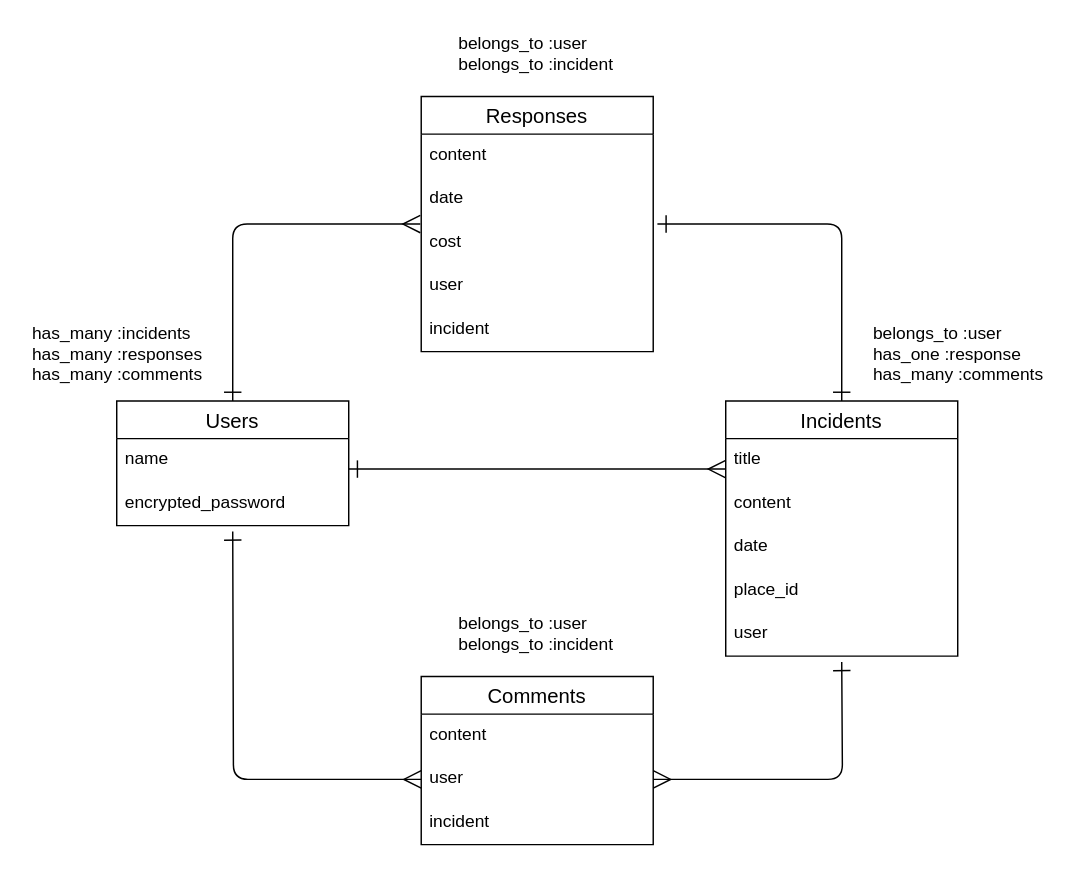
Above: er-diagram.dio in kkoemna/incident-log (draw.io), before the change. Source tidied: cells renumbered, new cells numbered last; positions are measured from the earlier drawing's top-left corner, leaving out a move shared by most shapes. Both pictures are drawn from the tidied source at 145%, with x=0, y=0 at pixel (23, 23).
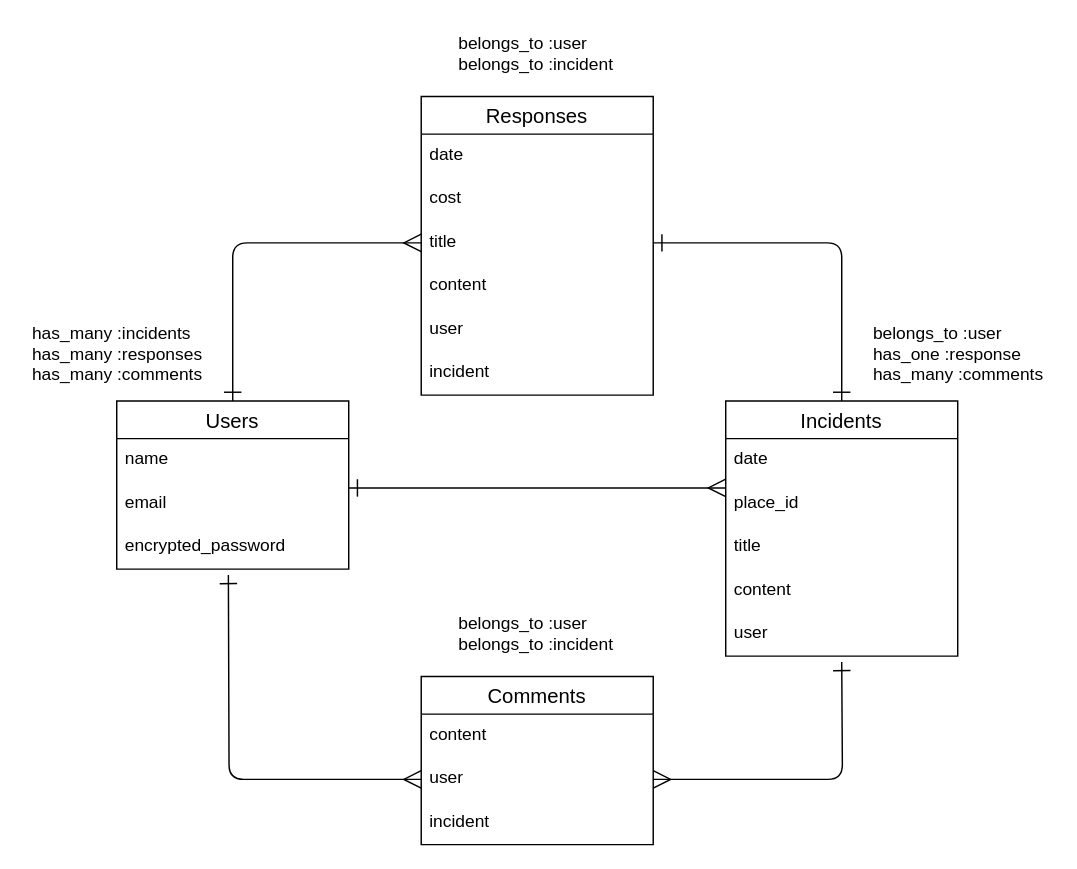
After the change.

Commit message (it also covers changes not shown here):
READMEとER図の修正

Unchanged cells that the change refers to:
```xml
<mxCell id="7" value="Incidents" style="swimlane;fontStyle=0;horizontal=1;startSize=26;align=center;fontSize=14;" parent="1" vertex="1">
  <mxGeometry x="484" y="260" width="160" height="176" as="geometry" />
</mxCell>
<mxCell id="21" value="user" style="text;strokeColor=none;fillColor=none;spacingLeft=4;spacingRight=4;overflow=hidden;points=[[0,0.5],[1,0.5]];portConstraint=eastwest;fontSize=12;" parent="19" vertex="1">
  <mxGeometry y="56" width="160" height="30" as="geometry" />
</mxCell>
```

The edit, as a diff of the source:
```diff
@@
-    <mxCell id="2" style="edgeStyle=orthogonalEdgeStyle;html=1;exitX=0.5;exitY=0;exitDx=0;exitDy=0;entryX=-0.004;entryY=0.067;entryDx=0;entryDy=0;entryPerimeter=0;startArrow=ERone;startFill=0;endArrow=ERmany;endFill=0;startSize=10;endSize=10;" parent="1" edge="1" source="3" target="16">
+    <mxCell id="2" style="edgeStyle=orthogonalEdgeStyle;html=1;exitX=0.5;exitY=0;exitDx=0;exitDy=0;entryX=0;entryY=0.5;entryDx=0;entryDy=0;startArrow=ERone;startFill=0;endArrow=ERmany;endFill=0;startSize=10;endSize=10;" parent="1" edge="1" source="3" target="31">
       <mxGeometry relative="1" as="geometry" />
     </mxCell>
     <mxCell id="3" value="Users" style="swimlane;fontStyle=0;horizontal=1;startSize=26;align=center;fontSize=14;" parent="1" vertex="1">
-      <mxGeometry x="64" y="260" width="160" height="86" as="geometry" />
+      <mxGeometry x="64" y="260" width="160" height="116" as="geometry" />
     </mxCell>
@@
+    <mxCell id="30" value="email" style="text;strokeColor=none;fillColor=none;spacingLeft=4;spacingRight=4;overflow=hidden;fontSize=12;" parent="3" vertex="1">
+      <mxGeometry y="56" width="160" height="30" as="geometry" />
+    </mxCell>
     <mxCell id="5" value="encrypted_password" style="text;strokeColor=none;fillColor=none;spacingLeft=4;spacingRight=4;overflow=hidden;fontSize=12;" parent="3" vertex="1">
-      <mxGeometry y="56" width="160" height="30" as="geometry" />
+      <mxGeometry y="86" width="160" height="30" as="geometry" />
     </mxCell>
-    <mxCell id="6" style="edgeStyle=orthogonalEdgeStyle;html=1;exitX=0.5;exitY=0;exitDx=0;exitDy=0;entryX=1.018;entryY=0.067;entryDx=0;entryDy=0;entryPerimeter=0;startArrow=ERone;startFill=0;endArrow=ERone;endFill=0;startSize=10;endSize=10;" parent="1" edge="1" source="7" target="16">
+    <mxCell id="6" style="edgeStyle=orthogonalEdgeStyle;html=1;exitX=0.5;exitY=0;exitDx=0;exitDy=0;entryX=1;entryY=0.5;entryDx=0;entryDy=0;startArrow=ERone;startFill=0;endArrow=ERone;endFill=0;startSize=10;endSize=10;" parent="1" edge="1" source="7" target="31">
       <mxGeometry relative="1" as="geometry" />
     </mxCell>
@@
+    <mxCell id="10" value="date" style="text;strokeColor=none;fillColor=none;spacingLeft=4;spacingRight=4;overflow=hidden;fontSize=12;" parent="7" vertex="1">
+      <mxGeometry y="26" width="160" height="30" as="geometry" />
+    </mxCell>
+    <mxCell id="11" value="place_id" style="text;strokeColor=none;fillColor=none;spacingLeft=4;spacingRight=4;overflow=hidden;fontSize=12;" parent="7" vertex="1">
+      <mxGeometry y="56" width="160" height="30" as="geometry" />
+    </mxCell>
     <mxCell id="8" value="title" style="text;strokeColor=none;fillColor=none;spacingLeft=4;spacingRight=4;overflow=hidden;fontSize=12;" parent="7" vertex="1">
-      <mxGeometry y="26" width="160" height="30" as="geometry" />
+      <mxGeometry y="86" width="160" height="30" as="geometry" />
     </mxCell>
     <mxCell id="9" value="content" style="text;strokeColor=none;fillColor=none;spacingLeft=4;spacingRight=4;overflow=hidden;fontSize=12;" parent="7" vertex="1">
-      <mxGeometry y="56" width="160" height="30" as="geometry" />
+      <mxGeometry y="116" width="160" height="30" as="geometry" />
     </mxCell>
-    <mxCell id="10" value="date" style="text;strokeColor=none;fillColor=none;spacingLeft=4;spacingRight=4;overflow=hidden;fontSize=12;" parent="7" vertex="1">
-      <mxGeometry y="86" width="160" height="30" as="geometry" />
-    </mxCell>
-    <mxCell id="11" value="place_id" style="text;strokeColor=none;fillColor=none;spacingLeft=4;spacingRight=4;overflow=hidden;fontSize=12;" parent="7" vertex="1">
-      <mxGeometry y="116" width="160" height="30" as="geometry" />
-    </mxCell>
@@
     <mxCell id="13" value="Responses" style="swimlane;fontStyle=0;horizontal=1;startSize=26;align=center;fontSize=14;" parent="1" vertex="1">
-      <mxGeometry x="274" y="50" width="160" height="176" as="geometry" />
+      <mxGeometry x="274" y="50" width="160" height="206" as="geometry" />
     </mxCell>
-    <mxCell id="14" value="content" style="text;strokeColor=none;fillColor=none;spacingLeft=4;spacingRight=4;overflow=hidden;fontSize=12;" parent="13" vertex="1">
-      <mxGeometry y="26" width="160" height="30" as="geometry" />
-    </mxCell>
     <mxCell id="15" value="date" style="text;strokeColor=none;fillColor=none;spacingLeft=4;spacingRight=4;overflow=hidden;fontSize=12;" parent="13" vertex="1">
-      <mxGeometry y="56" width="160" height="30" as="geometry" />
+      <mxGeometry y="26" width="160" height="30" as="geometry" />
     </mxCell>
     <mxCell id="16" value="cost" style="text;strokeColor=none;fillColor=none;spacingLeft=4;spacingRight=4;overflow=hidden;points=[[0,0.5],[1,0.5]];portConstraint=eastwest;fontSize=12;" parent="13" vertex="1">
-      <mxGeometry y="86" width="160" height="30" as="geometry" />
+      <mxGeometry y="56" width="160" height="30" as="geometry" />
     </mxCell>
+    <mxCell id="31" value="title" style="text;strokeColor=none;fillColor=none;spacingLeft=4;spacingRight=4;overflow=hidden;points=[[0,0.5],[1,0.5]];portConstraint=eastwest;fontSize=12;" parent="13" vertex="1">
+      <mxGeometry y="86" width="160" height="30" as="geometry" />
+    </mxCell>
+    <mxCell id="14" value="content" style="text;strokeColor=none;fillColor=none;spacingLeft=4;spacingRight=4;overflow=hidden;fontSize=12;" parent="13" vertex="1">
+      <mxGeometry y="116" width="160" height="30" as="geometry" />
+    </mxCell>
     <mxCell id="17" value="user" style="text;strokeColor=none;fillColor=none;spacingLeft=4;spacingRight=4;overflow=hidden;fontSize=12;" parent="13" vertex="1">
-      <mxGeometry y="116" width="160" height="30" as="geometry" />
+      <mxGeometry y="146" width="160" height="30" as="geometry" />
     </mxCell>
     <mxCell id="18" value="incident" style="text;strokeColor=none;fillColor=none;spacingLeft=4;spacingRight=4;overflow=hidden;fontSize=12;" parent="13" vertex="1">
-      <mxGeometry y="146" width="160" height="30" as="geometry" />
+      <mxGeometry y="176" width="160" height="30" as="geometry" />
     </mxCell>
@@
     <mxCell id="23" style="edgeStyle=none;html=1;exitX=1;exitY=0.5;exitDx=0;exitDy=0;entryX=0;entryY=0.5;entryDx=0;entryDy=0;startArrow=ERone;startFill=0;endArrow=ERmany;endFill=0;endSize=10;startSize=10;" parent="1" edge="1">
       <mxGeometry relative="1" as="geometry">
-        <mxPoint x="224" y="307" as="sourcePoint" />
-        <mxPoint x="484" y="307" as="targetPoint" />
+        <mxPoint x="224" y="320" as="sourcePoint" />
+        <mxPoint x="484" y="320" as="targetPoint" />
       </mxGeometry>
     </mxCell>
@@
     <mxCell id="25" style="edgeStyle=orthogonalEdgeStyle;html=1;entryX=0;entryY=0.5;entryDx=0;entryDy=0;startArrow=ERone;startFill=0;endArrow=ERmany;endFill=0;startSize=10;endSize=10;" parent="1" edge="1" target="21">
       <mxGeometry relative="1" as="geometry">
-        <mxPoint x="144" y="350" as="sourcePoint" />
+        <mxPoint x="141" y="380" as="sourcePoint" />
       </mxGeometry>
     </mxCell>
```
